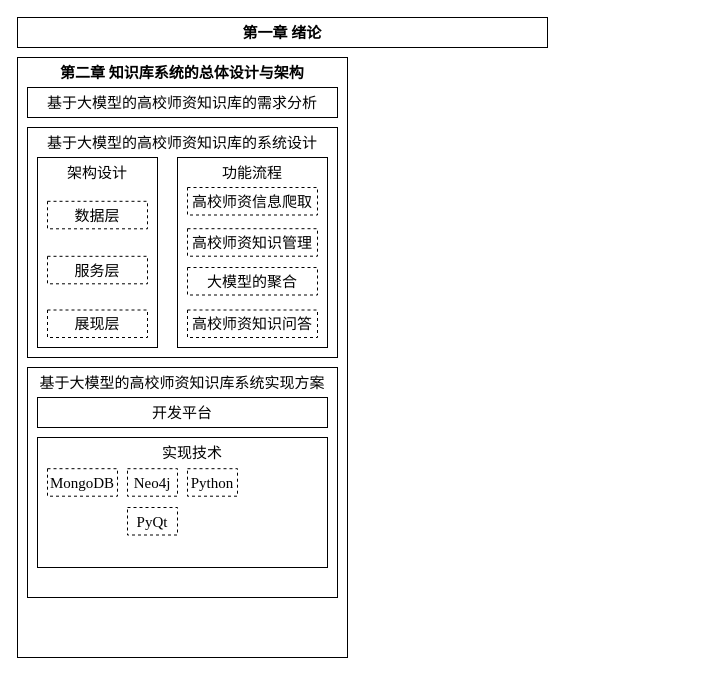
The draw.io diagram 图 1-1 论文整体框架.drawio in sjgcsf/software_engineering, before the edit. Source tidied: cells renumbered, new cells numbered last; positions are measured from the earlier drawing's top-left corner, leaving out a move shared by most shapes. Both pictures are drawn from the tidied source at 100%, with x=0, y=0 at pixel (17, 17).
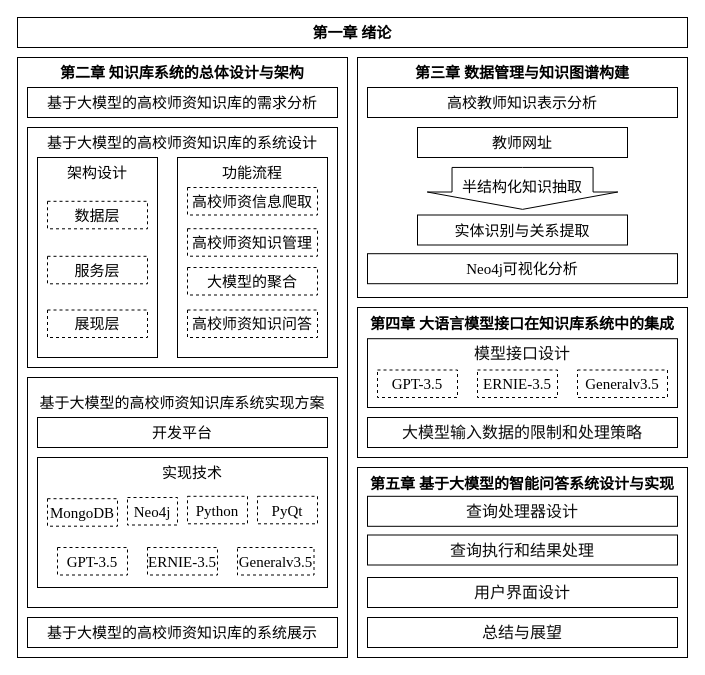
The same diagram, later.

Commit message (it also covers changes not shown here):
更新图 1-1 论文整体框架.drawio

Diff of the diagram source:
```diff
@@
     <mxCell id="2" value="&lt;font face=&quot;Times New Roman&quot; style=&quot;font-size: 15px;&quot;&gt;&lt;b&gt;第一章 绪论&lt;/b&gt;&lt;/font&gt;" style="rounded=0;whiteSpace=wrap;html=1;" parent="1" vertex="1">
-      <mxGeometry width="530" height="30" as="geometry" />
+      <mxGeometry width="670" height="30" as="geometry" />
     </mxCell>
@@
     <mxCell id="6" style="rounded=0;whiteSpace=wrap;html=1;" parent="1" vertex="1">
-      <mxGeometry x="10" y="110" width="310" height="230" as="geometry" />
+      <mxGeometry x="10" y="110" width="310" height="240" as="geometry" />
     </mxCell>
@@
     <mxCell id="8" style="rounded=0;whiteSpace=wrap;html=1;" parent="1" vertex="1">
-      <mxGeometry x="20" y="140" width="120" height="190" as="geometry" />
+      <mxGeometry x="20" y="140" width="120" height="200" as="geometry" />
     </mxCell>
     <mxCell id="9" style="rounded=0;whiteSpace=wrap;html=1;" parent="1" vertex="1">
-      <mxGeometry x="160" y="140" width="150" height="190" as="geometry" />
+      <mxGeometry x="160" y="140" width="150" height="200" as="geometry" />
     </mxCell>
@@
     <mxCell id="19" style="rounded=0;whiteSpace=wrap;html=1;" parent="1" vertex="1">
-      <mxGeometry x="10" y="350" width="310" height="230" as="geometry" />
+      <mxGeometry x="10" y="360" width="310" height="230" as="geometry" />
     </mxCell>
     <mxCell id="20" value="&lt;p class=&quot;MsoNormal&quot;&gt;&lt;span style=&quot;font-family: &amp;quot;Times New Roman&amp;quot;; font-size: 15px;&quot;&gt;基于大模型的高校师资知识库系统实现方案&lt;/span&gt;&lt;br&gt;&lt;/p&gt;" style="rounded=0;whiteSpace=wrap;html=1;opacity=0;" parent="1" vertex="1">
-      <mxGeometry x="10" y="350" width="310" height="30" as="geometry" />
+      <mxGeometry x="10" y="370" width="310" height="30" as="geometry" />
     </mxCell>
     <mxCell id="21" value="&lt;p align=&quot;center&quot; class=&quot;MsoNormal&quot;&gt;&lt;font face=&quot;Times New Roman&quot; style=&quot;font-size: 15px;&quot;&gt;开发平台&lt;/font&gt;&lt;/p&gt;" style="rounded=0;whiteSpace=wrap;html=1;" parent="1" vertex="1">
-      <mxGeometry x="20" y="380" width="290" height="30" as="geometry" />
+      <mxGeometry x="20" y="400" width="290" height="30" as="geometry" />
     </mxCell>
     <mxCell id="22" style="rounded=0;whiteSpace=wrap;html=1;" parent="1" vertex="1">
-      <mxGeometry x="20" y="420" width="290" height="130" as="geometry" />
+      <mxGeometry x="20" y="440" width="290" height="130" as="geometry" />
     </mxCell>
     <mxCell id="23" value="&lt;p class=&quot;MsoNormal&quot;&gt;&lt;span style=&quot;font-family: &amp;quot;Times New Roman&amp;quot;; font-size: 15px;&quot;&gt;实现技术&lt;/span&gt;&lt;br&gt;&lt;/p&gt;" style="rounded=0;whiteSpace=wrap;html=1;opacity=0;" parent="1" vertex="1">
-      <mxGeometry x="20" y="420" width="310" height="30" as="geometry" />
+      <mxGeometry x="20" y="440" width="310" height="30" as="geometry" />
     </mxCell>
     <mxCell id="24" value="&lt;font face=&quot;Times New Roman&quot;&gt;&lt;span style=&quot;font-size: 15px;&quot;&gt;MongoDB&lt;/span&gt;&lt;/font&gt;" style="rounded=0;whiteSpace=wrap;html=1;dashed=1;" parent="1" vertex="1">
-      <mxGeometry x="30" y="451.2" width="70" height="27.5" as="geometry" />
+      <mxGeometry x="30" y="481.2" width="70" height="27.5" as="geometry" />
     </mxCell>
     <mxCell id="25" value="&lt;font face=&quot;Times New Roman&quot;&gt;&lt;span style=&quot;font-size: 15px;&quot;&gt;Neo4j&lt;/span&gt;&lt;/font&gt;" style="rounded=0;whiteSpace=wrap;html=1;dashed=1;" parent="1" vertex="1">
-      <mxGeometry x="110" y="451.2" width="50" height="27.5" as="geometry" />
+      <mxGeometry x="110" y="480" width="50" height="27.5" as="geometry" />
     </mxCell>
     <mxCell id="26" value="&lt;font face=&quot;Times New Roman&quot;&gt;&lt;span style=&quot;font-size: 15px;&quot;&gt;Python&lt;/span&gt;&lt;/font&gt;" style="rounded=0;whiteSpace=wrap;html=1;dashed=1;" parent="1" vertex="1">
-      <mxGeometry x="170" y="451.2" width="50" height="27.5" as="geometry" />
+      <mxGeometry x="170" y="478.8" width="60" height="27.5" as="geometry" />
     </mxCell>
     <mxCell id="27" value="&lt;font face=&quot;Times New Roman&quot;&gt;&lt;span style=&quot;font-size: 15px;&quot;&gt;PyQt&lt;/span&gt;&lt;/font&gt;" style="rounded=0;whiteSpace=wrap;html=1;dashed=1;" parent="1" vertex="1">
-      <mxGeometry x="110" y="490" width="50" height="27.5" as="geometry" />
+      <mxGeometry x="240" y="478.8" width="60" height="27.5" as="geometry" />
     </mxCell>
+    <mxCell id="28" value="&lt;font face=&quot;Times New Roman&quot;&gt;&lt;span style=&quot;font-size: 15px;&quot;&gt;GPT-3.5&lt;/span&gt;&lt;/font&gt;" style="rounded=0;whiteSpace=wrap;html=1;dashed=1;" parent="1" vertex="1">
+      <mxGeometry x="40" y="530" width="70" height="27.5" as="geometry" />
+    </mxCell>
+    <mxCell id="29" value="&lt;font face=&quot;Times New Roman&quot;&gt;&lt;span style=&quot;font-size: 15px;&quot;&gt;ERNIE-3.5&lt;/span&gt;&lt;/font&gt;" style="rounded=0;whiteSpace=wrap;html=1;dashed=1;" parent="1" vertex="1">
+      <mxGeometry x="130" y="530" width="70" height="27.5" as="geometry" />
+    </mxCell>
+    <mxCell id="30" value="&lt;font face=&quot;Times New Roman&quot;&gt;&lt;span style=&quot;font-size: 15px;&quot;&gt;Generalv3.5&lt;/span&gt;&lt;/font&gt;" style="rounded=0;whiteSpace=wrap;html=1;dashed=1;" parent="1" vertex="1">
+      <mxGeometry x="220" y="530" width="76.5" height="27.5" as="geometry" />
+    </mxCell>
+    <mxCell id="31" value="&lt;p align=&quot;center&quot; class=&quot;MsoNormal&quot;&gt;&lt;font face=&quot;Times New Roman&quot; style=&quot;font-size: 15px;&quot;&gt;基于大模型的高校师资知识库的系统展示&lt;/font&gt;&lt;/p&gt;" style="rounded=0;whiteSpace=wrap;html=1;" parent="1" vertex="1">
+      <mxGeometry x="10" y="600" width="310" height="30" as="geometry" />
+    </mxCell>
+    <mxCell id="32" style="rounded=0;whiteSpace=wrap;html=1;" parent="1" vertex="1">
+      <mxGeometry x="340" y="40" width="330" height="240" as="geometry" />
+    </mxCell>
+    <mxCell id="33" value="&lt;p class=&quot;MsoNormal&quot;&gt;&lt;font face=&quot;Times New Roman&quot; style=&quot;font-size: 15px;&quot;&gt;&lt;b&gt;第三章&amp;nbsp;&lt;/b&gt;&lt;/font&gt;&lt;span style=&quot;background-color: initial; font-size: 15px;&quot;&gt;&lt;font face=&quot;Times New Roman&quot;&gt;&lt;b&gt;数据管理与知识图谱构建&lt;/b&gt;&lt;/font&gt;&lt;/span&gt;&lt;/p&gt;" style="rounded=0;whiteSpace=wrap;html=1;opacity=0;" parent="1" vertex="1">
+      <mxGeometry x="340" y="40" width="330" height="30" as="geometry" />
+    </mxCell>
+    <mxCell id="34" value="&lt;p align=&quot;center&quot; class=&quot;MsoNormal&quot;&gt;&lt;font face=&quot;Times New Roman&quot;&gt;&lt;span style=&quot;font-size: 15px;&quot;&gt;高校教师知识表示分析&lt;/span&gt;&lt;/font&gt;&lt;br&gt;&lt;/p&gt;" style="rounded=0;whiteSpace=wrap;html=1;" parent="1" vertex="1">
+      <mxGeometry x="350" y="70" width="310" height="30" as="geometry" />
+    </mxCell>
+    <mxCell id="35" value="&lt;p align=&quot;center&quot; class=&quot;MsoNormal&quot;&gt;&lt;font face=&quot;Times New Roman&quot;&gt;&lt;span style=&quot;font-size: 15px;&quot;&gt;教师网址&lt;/span&gt;&lt;/font&gt;&lt;br&gt;&lt;/p&gt;" style="rounded=0;whiteSpace=wrap;html=1;" parent="1" vertex="1">
+      <mxGeometry x="400" y="110" width="210" height="30" as="geometry" />
+    </mxCell>
+    <mxCell id="36" style="html=1;shadow=0;dashed=0;align=center;verticalAlign=middle;shape=mxgraph.arrows2.arrow;dy=0.26;dx=17.34;notch=0;rotation=90;" parent="1" vertex="1">
+      <mxGeometry x="484.1" y="75.6" width="41.9" height="190.6" as="geometry" />
+    </mxCell>
+    <mxCell id="37" value="&lt;p class=&quot;MsoNormal&quot;&gt;&lt;font face=&quot;Times New Roman&quot;&gt;&lt;span style=&quot;font-size: 15px;&quot;&gt;半结构化知识抽取&lt;/span&gt;&lt;/font&gt;&lt;br&gt;&lt;/p&gt;" style="rounded=0;whiteSpace=wrap;html=1;opacity=0;" parent="1" vertex="1">
+      <mxGeometry x="440" y="153.8" width="130" height="30" as="geometry" />
+    </mxCell>
+    <mxCell id="38" value="&lt;p align=&quot;center&quot; class=&quot;MsoNormal&quot;&gt;&lt;font face=&quot;Times New Roman&quot;&gt;&lt;span style=&quot;font-size: 15px;&quot;&gt;实体识别与关系提取&lt;/span&gt;&lt;/font&gt;&lt;br&gt;&lt;/p&gt;" style="rounded=0;whiteSpace=wrap;html=1;" parent="1" vertex="1">
+      <mxGeometry x="400" y="197.5" width="210" height="30" as="geometry" />
+    </mxCell>
+    <mxCell id="39" value="&lt;p align=&quot;center&quot; class=&quot;MsoNormal&quot;&gt;&lt;font face=&quot;Times New Roman&quot;&gt;&lt;span style=&quot;font-size: 15px;&quot;&gt;Neo4j可视化分析&lt;/span&gt;&lt;/font&gt;&lt;br&gt;&lt;/p&gt;" style="rounded=0;whiteSpace=wrap;html=1;" parent="1" vertex="1">
+      <mxGeometry x="350" y="236.2" width="310" height="30" as="geometry" />
+    </mxCell>
+    <mxCell id="40" style="rounded=0;whiteSpace=wrap;html=1;" parent="1" vertex="1">
+      <mxGeometry x="340" y="290" width="330" height="150" as="geometry" />
+    </mxCell>
+    <mxCell id="41" value="&lt;p class=&quot;MsoNormal&quot;&gt;&lt;font face=&quot;Times New Roman&quot; style=&quot;font-size: 15px;&quot;&gt;&lt;b&gt;第四章&amp;nbsp;&lt;/b&gt;&lt;/font&gt;&lt;span style=&quot;background-color: initial; font-size: 15px;&quot;&gt;&lt;font face=&quot;Times New Roman&quot;&gt;&lt;b&gt;大语言模型接口在知识库系统中的集成&lt;/b&gt;&lt;/font&gt;&lt;/span&gt;&lt;/p&gt;" style="rounded=0;whiteSpace=wrap;html=1;opacity=0;" parent="1" vertex="1">
+      <mxGeometry x="340" y="291.2" width="330" height="30" as="geometry" />
+    </mxCell>
+    <mxCell id="42" style="rounded=0;whiteSpace=wrap;html=1;" parent="1" vertex="1">
+      <mxGeometry x="350" y="321.2" width="310" height="68.8" as="geometry" />
+    </mxCell>
+    <mxCell id="43" value="&lt;p class=&quot;MsoNormal&quot;&gt;&lt;span style=&quot;border: 0px solid rgb(227, 227, 227); box-sizing: border-box; --tw-border-spacing-x: 0; --tw-border-spacing-y: 0; --tw-translate-x: 0; --tw-translate-y: 0; --tw-rotate: 0; --tw-skew-x: 0; --tw-skew-y: 0; --tw-scale-x: 1; --tw-scale-y: 1; --tw-pan-x: ; --tw-pan-y: ; --tw-pinch-zoom: ; --tw-scroll-snap-strictness: proximity; --tw-gradient-from-position: ; --tw-gradient-via-position: ; --tw-gradient-to-position: ; --tw-ordinal: ; --tw-slashed-zero: ; --tw-numeric-figure: ; --tw-numeric-spacing: ; --tw-numeric-fraction: ; --tw-ring-inset: ; --tw-ring-offset-width: 0px; --tw-ring-offset-color: #fff; --tw-ring-color: rgba(69,89,164,.5); --tw-ring-offset-shadow: 0 0 transparent; --tw-ring-shadow: 0 0 transparent; --tw-shadow: 0 0 transparent; --tw-shadow-colored: 0 0 transparent; --tw-blur: ; --tw-brightness: ; --tw-contrast: ; --tw-grayscale: ; --tw-hue-rotate: ; --tw-invert: ; --tw-saturate: ; --tw-sepia: ; --tw-drop-shadow: ; --tw-backdrop-blur: ; --tw-backdrop-brightness: ; --tw-backdrop-contrast: ; --tw-backdrop-grayscale: ; --tw-backdrop-hue-rotate: ; --tw-backdrop-invert: ; --tw-backdrop-opacity: ; --tw-backdrop-saturate: ; --tw-backdrop-sepia: ; --tw-contain-size: ; --tw-contain-layout: ; --tw-contain-paint: ; --tw-contain-style: ; color: rgb(13, 13, 13); font-size: 16px; text-align: left; white-space-collapse: preserve; background-color: rgb(255, 255, 255);&quot;&gt;&lt;font face=&quot;Times New Roman&quot;&gt;模型接口设计&lt;/font&gt;&lt;/span&gt;&lt;br&gt;&lt;/p&gt;" style="rounded=0;whiteSpace=wrap;html=1;opacity=0;" parent="1" vertex="1">
+      <mxGeometry x="350" y="321.2" width="310" height="30" as="geometry" />
+    </mxCell>
+    <mxCell id="44" value="&lt;font face=&quot;Times New Roman&quot;&gt;&lt;span style=&quot;font-size: 15px;&quot;&gt;GPT-3.5&lt;/span&gt;&lt;/font&gt;" style="rounded=0;whiteSpace=wrap;html=1;dashed=1;" parent="1" vertex="1">
+      <mxGeometry x="360" y="352.5" width="80" height="27.5" as="geometry" />
+    </mxCell>
+    <mxCell id="45" value="&lt;font face=&quot;Times New Roman&quot;&gt;&lt;span style=&quot;font-size: 15px;&quot;&gt;ERNIE-3.5&lt;/span&gt;&lt;/font&gt;" style="rounded=0;whiteSpace=wrap;html=1;dashed=1;" parent="1" vertex="1">
+      <mxGeometry x="460" y="352.5" width="80" height="27.5" as="geometry" />
+    </mxCell>
+    <mxCell id="46" value="&lt;font face=&quot;Times New Roman&quot;&gt;&lt;span style=&quot;font-size: 15px;&quot;&gt;Generalv3.5&lt;/span&gt;&lt;/font&gt;" style="rounded=0;whiteSpace=wrap;html=1;dashed=1;" parent="1" vertex="1">
+      <mxGeometry x="560" y="352.5" width="90" height="27.5" as="geometry" />
+    </mxCell>
+    <mxCell id="47" value="&lt;p align=&quot;center&quot; class=&quot;MsoNormal&quot;&gt;&lt;span style=&quot;color: rgb(13, 13, 13); font-size: 16px; text-align: left; white-space-collapse: preserve; background-color: rgb(255, 255, 255);&quot;&gt;&lt;font face=&quot;Times New Roman&quot;&gt;大模型输入数据的限制和处理策略&lt;/font&gt;&lt;/span&gt;&lt;br&gt;&lt;/p&gt;" style="rounded=0;whiteSpace=wrap;html=1;" parent="1" vertex="1">
+      <mxGeometry x="350" y="400" width="310" height="30" as="geometry" />
+    </mxCell>
+    <mxCell id="48" style="rounded=0;whiteSpace=wrap;html=1;" parent="1" vertex="1">
+      <mxGeometry x="340" y="450" width="330" height="190" as="geometry" />
+    </mxCell>
+    <mxCell id="49" value="&lt;p class=&quot;MsoNormal&quot;&gt;&lt;font face=&quot;Times New Roman&quot; style=&quot;font-size: 15px;&quot;&gt;&lt;b&gt;第五章&amp;nbsp;&lt;/b&gt;&lt;/font&gt;&lt;span style=&quot;background-color: initial; font-size: 15px;&quot;&gt;&lt;font face=&quot;Times New Roman&quot;&gt;&lt;b&gt;基于大模型的智能问答系统设计与实现&lt;/b&gt;&lt;/font&gt;&lt;/span&gt;&lt;/p&gt;" style="rounded=0;whiteSpace=wrap;html=1;opacity=0;" parent="1" vertex="1">
+      <mxGeometry x="340" y="451.2" width="330" height="30" as="geometry" />
+    </mxCell>
+    <mxCell id="50" value="&lt;p align=&quot;center&quot; class=&quot;MsoNormal&quot;&gt;&lt;span style=&quot;border: 0px solid rgb(227, 227, 227); box-sizing: border-box; --tw-border-spacing-x: 0; --tw-border-spacing-y: 0; --tw-translate-x: 0; --tw-translate-y: 0; --tw-rotate: 0; --tw-skew-x: 0; --tw-skew-y: 0; --tw-scale-x: 1; --tw-scale-y: 1; --tw-pan-x: ; --tw-pan-y: ; --tw-pinch-zoom: ; --tw-scroll-snap-strictness: proximity; --tw-gradient-from-position: ; --tw-gradient-via-position: ; --tw-gradient-to-position: ; --tw-ordinal: ; --tw-slashed-zero: ; --tw-numeric-figure: ; --tw-numeric-spacing: ; --tw-numeric-fraction: ; --tw-ring-inset: ; --tw-ring-offset-width: 0px; --tw-ring-offset-color: #fff; --tw-ring-color: rgba(69,89,164,.5); --tw-ring-offset-shadow: 0 0 transparent; --tw-ring-shadow: 0 0 transparent; --tw-shadow: 0 0 transparent; --tw-shadow-colored: 0 0 transparent; --tw-blur: ; --tw-brightness: ; --tw-contrast: ; --tw-grayscale: ; --tw-hue-rotate: ; --tw-invert: ; --tw-saturate: ; --tw-sepia: ; --tw-drop-shadow: ; --tw-backdrop-blur: ; --tw-backdrop-brightness: ; --tw-backdrop-contrast: ; --tw-backdrop-grayscale: ; --tw-backdrop-hue-rotate: ; --tw-backdrop-invert: ; --tw-backdrop-opacity: ; --tw-backdrop-saturate: ; --tw-backdrop-sepia: ; --tw-contain-size: ; --tw-contain-layout: ; --tw-contain-paint: ; --tw-contain-style: ; color: rgb(13, 13, 13); font-size: 16px; text-align: left; white-space-collapse: preserve; background-color: rgb(255, 255, 255);&quot;&gt;&lt;font face=&quot;Times New Roman&quot;&gt;查询处理器设计&lt;/font&gt;&lt;/span&gt;&lt;br&gt;&lt;/p&gt;" style="rounded=0;whiteSpace=wrap;html=1;" parent="1" vertex="1">
+      <mxGeometry x="350" y="478.8" width="310" height="30" as="geometry" />
+    </mxCell>
+    <mxCell id="51" value="&lt;p align=&quot;center&quot; class=&quot;MsoNormal&quot;&gt;&lt;span style=&quot;border: 0px solid rgb(227, 227, 227); box-sizing: border-box; --tw-border-spacing-x: 0; --tw-border-spacing-y: 0; --tw-translate-x: 0; --tw-translate-y: 0; --tw-rotate: 0; --tw-skew-x: 0; --tw-skew-y: 0; --tw-scale-x: 1; --tw-scale-y: 1; --tw-pan-x: ; --tw-pan-y: ; --tw-pinch-zoom: ; --tw-scroll-snap-strictness: proximity; --tw-gradient-from-position: ; --tw-gradient-via-position: ; --tw-gradient-to-position: ; --tw-ordinal: ; --tw-slashed-zero: ; --tw-numeric-figure: ; --tw-numeric-spacing: ; --tw-numeric-fraction: ; --tw-ring-inset: ; --tw-ring-offset-width: 0px; --tw-ring-offset-color: #fff; --tw-ring-color: rgba(69,89,164,.5); --tw-ring-offset-shadow: 0 0 transparent; --tw-ring-shadow: 0 0 transparent; --tw-shadow: 0 0 transparent; --tw-shadow-colored: 0 0 transparent; --tw-blur: ; --tw-brightness: ; --tw-contrast: ; --tw-grayscale: ; --tw-hue-rotate: ; --tw-invert: ; --tw-saturate: ; --tw-sepia: ; --tw-drop-shadow: ; --tw-backdrop-blur: ; --tw-backdrop-brightness: ; --tw-backdrop-contrast: ; --tw-backdrop-grayscale: ; --tw-backdrop-hue-rotate: ; --tw-backdrop-invert: ; --tw-backdrop-opacity: ; --tw-backdrop-saturate: ; --tw-backdrop-sepia: ; --tw-contain-size: ; --tw-contain-layout: ; --tw-contain-paint: ; --tw-contain-style: ; color: rgb(13, 13, 13); font-size: 16px; text-align: left; white-space-collapse: preserve; background-color: rgb(255, 255, 255);&quot;&gt;&lt;font face=&quot;Times New Roman&quot;&gt;查询执行和结果处理&lt;/font&gt;&lt;/span&gt;&lt;br&gt;&lt;/p&gt;" style="rounded=0;whiteSpace=wrap;html=1;" parent="1" vertex="1">
+      <mxGeometry x="350" y="517.5" width="310" height="30" as="geometry" />
+    </mxCell>
+    <mxCell id="52" value="&lt;p align=&quot;center&quot; class=&quot;MsoNormal&quot;&gt;&lt;span style=&quot;border: 0px solid rgb(227, 227, 227); box-sizing: border-box; --tw-border-spacing-x: 0; --tw-border-spacing-y: 0; --tw-translate-x: 0; --tw-translate-y: 0; --tw-rotate: 0; --tw-skew-x: 0; --tw-skew-y: 0; --tw-scale-x: 1; --tw-scale-y: 1; --tw-pan-x: ; --tw-pan-y: ; --tw-pinch-zoom: ; --tw-scroll-snap-strictness: proximity; --tw-gradient-from-position: ; --tw-gradient-via-position: ; --tw-gradient-to-position: ; --tw-ordinal: ; --tw-slashed-zero: ; --tw-numeric-figure: ; --tw-numeric-spacing: ; --tw-numeric-fraction: ; --tw-ring-inset: ; --tw-ring-offset-width: 0px; --tw-ring-offset-color: #fff; --tw-ring-color: rgba(69,89,164,.5); --tw-ring-offset-shadow: 0 0 transparent; --tw-ring-shadow: 0 0 transparent; --tw-shadow: 0 0 transparent; --tw-shadow-colored: 0 0 transparent; --tw-blur: ; --tw-brightness: ; --tw-contrast: ; --tw-grayscale: ; --tw-hue-rotate: ; --tw-invert: ; --tw-saturate: ; --tw-sepia: ; --tw-drop-shadow: ; --tw-backdrop-blur: ; --tw-backdrop-brightness: ; --tw-backdrop-contrast: ; --tw-backdrop-grayscale: ; --tw-backdrop-hue-rotate: ; --tw-backdrop-invert: ; --tw-backdrop-opacity: ; --tw-backdrop-saturate: ; --tw-backdrop-sepia: ; --tw-contain-size: ; --tw-contain-layout: ; --tw-contain-paint: ; --tw-contain-style: ; color: rgb(13, 13, 13); font-size: 16px; text-align: left; white-space-collapse: preserve; background-color: rgb(255, 255, 255);&quot;&gt;&lt;font face=&quot;Times New Roman&quot;&gt;用户界面设计&lt;/font&gt;&lt;/span&gt;&lt;br&gt;&lt;/p&gt;" style="rounded=0;whiteSpace=wrap;html=1;" parent="1" vertex="1">
+      <mxGeometry x="350" y="560" width="310" height="30" as="geometry" />
+    </mxCell>
+    <mxCell id="53" value="&lt;p align=&quot;center&quot; class=&quot;MsoNormal&quot;&gt;&lt;span style=&quot;border: 0px solid rgb(227, 227, 227); box-sizing: border-box; --tw-border-spacing-x: 0; --tw-border-spacing-y: 0; --tw-translate-x: 0; --tw-translate-y: 0; --tw-rotate: 0; --tw-skew-x: 0; --tw-skew-y: 0; --tw-scale-x: 1; --tw-scale-y: 1; --tw-pan-x: ; --tw-pan-y: ; --tw-pinch-zoom: ; --tw-scroll-snap-strictness: proximity; --tw-gradient-from-position: ; --tw-gradient-via-position: ; --tw-gradient-to-position: ; --tw-ordinal: ; --tw-slashed-zero: ; --tw-numeric-figure: ; --tw-numeric-spacing: ; --tw-numeric-fraction: ; --tw-ring-inset: ; --tw-ring-offset-width: 0px; --tw-ring-offset-color: #fff; --tw-ring-color: rgba(69,89,164,.5); --tw-ring-offset-shadow: 0 0 transparent; --tw-ring-shadow: 0 0 transparent; --tw-shadow: 0 0 transparent; --tw-shadow-colored: 0 0 transparent; --tw-blur: ; --tw-brightness: ; --tw-contrast: ; --tw-grayscale: ; --tw-hue-rotate: ; --tw-invert: ; --tw-saturate: ; --tw-sepia: ; --tw-drop-shadow: ; --tw-backdrop-blur: ; --tw-backdrop-brightness: ; --tw-backdrop-contrast: ; --tw-backdrop-grayscale: ; --tw-backdrop-hue-rotate: ; --tw-backdrop-invert: ; --tw-backdrop-opacity: ; --tw-backdrop-saturate: ; --tw-backdrop-sepia: ; --tw-contain-size: ; --tw-contain-layout: ; --tw-contain-paint: ; --tw-contain-style: ; color: rgb(13, 13, 13); font-size: 16px; text-align: left; white-space-collapse: preserve; background-color: rgb(255, 255, 255);&quot;&gt;&lt;font face=&quot;Times New Roman&quot;&gt;总结与展望&lt;/font&gt;&lt;/span&gt;&lt;br&gt;&lt;/p&gt;" style="rounded=0;whiteSpace=wrap;html=1;" parent="1" vertex="1">
+      <mxGeometry x="350" y="600" width="310" height="30" as="geometry" />
+    </mxCell>
```
